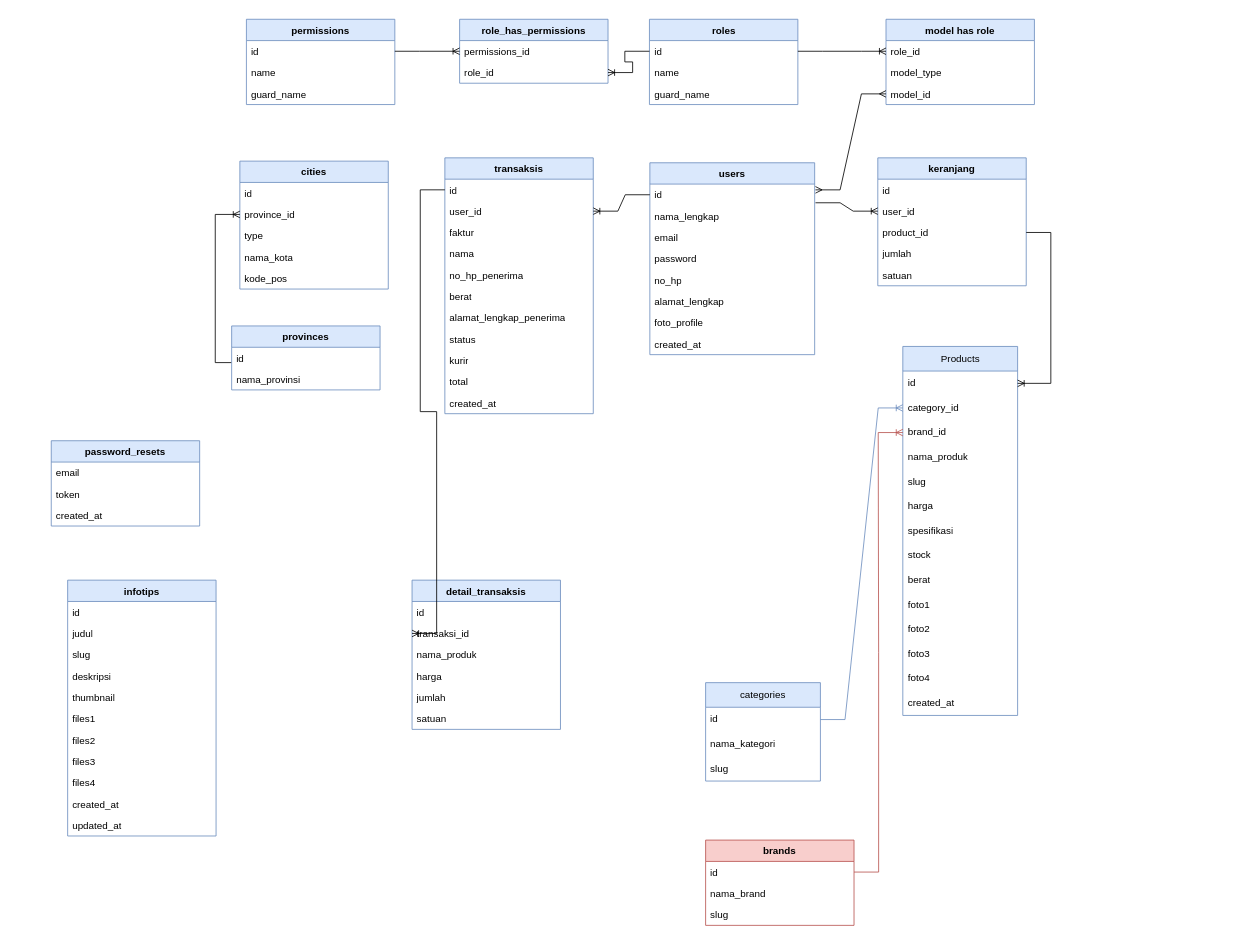
Above: page "erd" (1 of 2) of classdiagram.drawio in ThikerXCX/umltoko (draw.io), before the change. Source tidied: cells renumbered, new cells numbered last; positions are measured from the earlier drawing's top-left corner, leaving out a move shared by most shapes. Both pictures are drawn from the tidied source at 82%, with x=0, y=0 at pixel (51, 19).
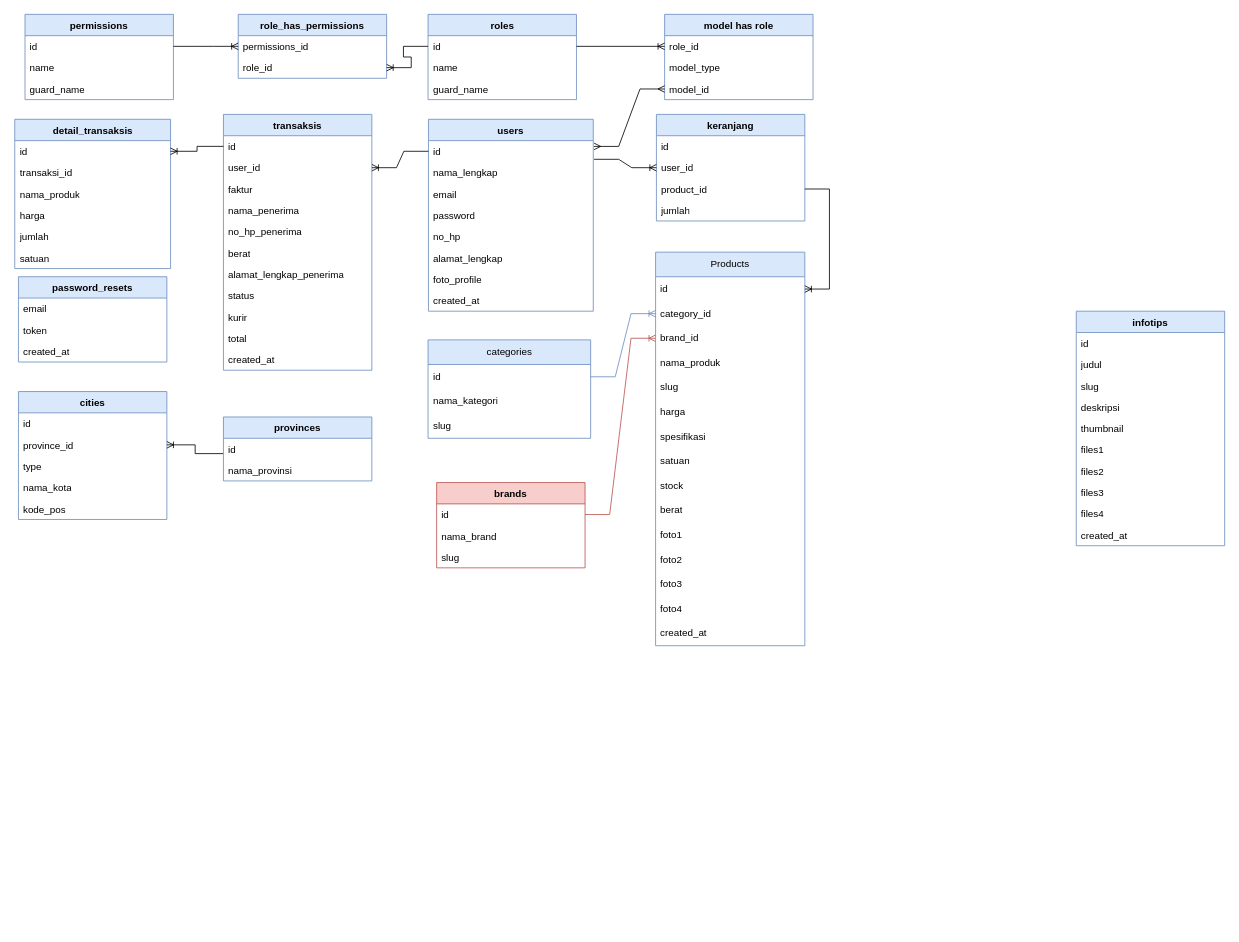
The same page after the edit.

Unchanged cells that the change refers to:
```xml
<mxCell id="27" value="id" style="text;strokeColor=none;fillColor=none;align=left;verticalAlign=top;spacingLeft=4;spacingRight=4;overflow=hidden;points=[[0,0.5],[1,0.5]];portConstraint=eastwest;whiteSpace=wrap;html=1;" parent="26" vertex="1">
  <mxGeometry y="26" width="201" height="26" as="geometry" />
</mxCell>
<mxCell id="38" value="product_id" style="text;strokeColor=none;fillColor=none;align=left;verticalAlign=top;spacingLeft=4;spacingRight=4;overflow=hidden;points=[[0,0.5],[1,0.5]];portConstraint=eastwest;whiteSpace=wrap;html=1;" parent="35" vertex="1">
  <mxGeometry y="78" width="181" height="26" as="geometry" />
</mxCell>
<mxCell id="43" value="province_id" style="text;strokeColor=none;fillColor=none;align=left;verticalAlign=top;spacingLeft=4;spacingRight=4;overflow=hidden;points=[[0,0.5],[1,0.5]];portConstraint=eastwest;whiteSpace=wrap;html=1;" parent="41" vertex="1">
  <mxGeometry y="52" width="181" height="26" as="geometry" />
</mxCell>
<mxCell id="60" value="id" style="text;strokeColor=none;fillColor=none;align=left;verticalAlign=top;spacingLeft=4;spacingRight=4;overflow=hidden;points=[[0,0.5],[1,0.5]];portConstraint=eastwest;whiteSpace=wrap;html=1;" parent="59" vertex="1">
  <mxGeometry y="26" width="181" height="26" as="geometry" />
</mxCell>
<mxCell id="61" value="user_id" style="text;strokeColor=none;fillColor=none;align=left;verticalAlign=top;spacingLeft=4;spacingRight=4;overflow=hidden;points=[[0,0.5],[1,0.5]];portConstraint=eastwest;whiteSpace=wrap;html=1;" parent="59" vertex="1">
  <mxGeometry y="52" width="181" height="26" as="geometry" />
</mxCell>
<mxCell id="79" value="id" style="text;strokeColor=none;fillColor=none;align=left;verticalAlign=top;spacingLeft=4;spacingRight=4;overflow=hidden;points=[[0,0.5],[1,0.5]];portConstraint=eastwest;whiteSpace=wrap;html=1;" parent="78" vertex="1">
  <mxGeometry y="26" width="181" height="26" as="geometry" />
</mxCell>
<mxCell id="95" value="model_id" style="text;strokeColor=none;fillColor=none;align=left;verticalAlign=top;spacingLeft=4;spacingRight=4;overflow=hidden;points=[[0,0.5],[1,0.5]];portConstraint=eastwest;whiteSpace=wrap;html=1;" parent="92" vertex="1">
  <mxGeometry y="78" width="181" height="26" as="geometry" />
</mxCell>
```

Change to the diagram source:
```diff
@@
     <mxCell id="2" value="categories" style="swimlane;fontStyle=0;horizontal=1;startSize=30;whiteSpace=wrap;html=1;fillColor=#dae8fc;strokeColor=#6c8ebf;" parent="1" vertex="1">
-      <mxGeometry x="798" y="809" width="140" height="120" as="geometry" />
+      <mxGeometry x="459.5" y="391" width="198.3" height="120" as="geometry" />
     </mxCell>
     <mxCell id="3" value="id" style="text;strokeColor=none;fillColor=none;align=left;verticalAlign=middle;spacingLeft=4;spacingRight=4;overflow=hidden;points=[[0,0.5],[1,0.5]];portConstraint=eastwest;whiteSpace=wrap;html=1;" parent="2" vertex="1">
-      <mxGeometry y="30" width="140" height="30" as="geometry" />
+      <mxGeometry y="30" width="198.3" height="30" as="geometry" />
     </mxCell>
     <mxCell id="4" value="nama_kategori" style="text;strokeColor=none;fillColor=none;align=left;verticalAlign=middle;spacingLeft=4;spacingRight=4;overflow=hidden;whiteSpace=wrap;html=1;" parent="2" vertex="1">
-      <mxGeometry y="60" width="140" height="30" as="geometry" />
+      <mxGeometry y="60" width="198.3" height="30" as="geometry" />
     </mxCell>
     <mxCell id="5" value="slug" style="text;strokeColor=none;fillColor=none;align=left;verticalAlign=middle;spacingLeft=4;spacingRight=4;overflow=hidden;whiteSpace=wrap;html=1;" parent="2" vertex="1">
-      <mxGeometry y="90" width="140" height="30" as="geometry" />
+      <mxGeometry y="90" width="198.3" height="30" as="geometry" />
     </mxCell>
     <mxCell id="6" value="Products" style="swimlane;fontStyle=0;horizontal=1;startSize=30;whiteSpace=wrap;html=1;fillColor=#dae8fc;strokeColor=#6c8ebf;" parent="1" vertex="1">
-      <mxGeometry x="1038.5" y="399" width="140" height="450" as="geometry" />
+      <mxGeometry x="737" y="284" width="182" height="480" as="geometry" />
     </mxCell>
     <mxCell id="7" value="id" style="text;strokeColor=none;fillColor=none;align=left;verticalAlign=middle;spacingLeft=4;spacingRight=4;overflow=hidden;points=[[0,0.5],[1,0.5]];portConstraint=eastwest;whiteSpace=wrap;html=1;" parent="6" vertex="1">
-      <mxGeometry y="30" width="140" height="30" as="geometry" />
+      <mxGeometry y="30" width="182" height="30" as="geometry" />
     </mxCell>
     <mxCell id="8" value="category_id" style="text;strokeColor=none;fillColor=none;align=left;verticalAlign=middle;spacingLeft=4;spacingRight=4;overflow=hidden;points=[[0,0.5],[1,0.5]];portConstraint=eastwest;whiteSpace=wrap;html=1;" parent="6" vertex="1">
-      <mxGeometry y="60" width="140" height="30" as="geometry" />
+      <mxGeometry y="60" width="182" height="30" as="geometry" />
     </mxCell>
     <mxCell id="9" value="brand_id" style="text;strokeColor=none;fillColor=none;align=left;verticalAlign=middle;spacingLeft=4;spacingRight=4;overflow=hidden;points=[[0,0.5],[1,0.5]];portConstraint=eastwest;whiteSpace=wrap;html=1;" parent="6" vertex="1">
-      <mxGeometry y="90" width="140" height="30" as="geometry" />
+      <mxGeometry y="90" width="182" height="30" as="geometry" />
     </mxCell>
     <mxCell id="10" value="nama_produk" style="text;strokeColor=none;fillColor=none;align=left;verticalAlign=middle;spacingLeft=4;spacingRight=4;overflow=hidden;whiteSpace=wrap;html=1;" parent="6" vertex="1">
-      <mxGeometry y="120" width="140" height="30" as="geometry" />
+      <mxGeometry y="120" width="182" height="30" as="geometry" />
     </mxCell>
     <mxCell id="11" value="slug" style="text;strokeColor=none;fillColor=none;align=left;verticalAlign=middle;spacingLeft=4;spacingRight=4;overflow=hidden;whiteSpace=wrap;html=1;" parent="6" vertex="1">
-      <mxGeometry y="150" width="140" height="30" as="geometry" />
+      <mxGeometry y="150" width="182" height="30" as="geometry" />
     </mxCell>
     <mxCell id="12" value="harga" style="text;strokeColor=none;fillColor=none;align=left;verticalAlign=middle;spacingLeft=4;spacingRight=4;overflow=hidden;whiteSpace=wrap;html=1;" parent="6" vertex="1">
-      <mxGeometry y="180" width="140" height="30" as="geometry" />
+      <mxGeometry y="180" width="182" height="30" as="geometry" />
     </mxCell>
     <mxCell id="13" value="spesifikasi" style="text;strokeColor=none;fillColor=none;align=left;verticalAlign=middle;spacingLeft=4;spacingRight=4;overflow=hidden;whiteSpace=wrap;html=1;" parent="6" vertex="1">
-      <mxGeometry y="210" width="140" height="30" as="geometry" />
+      <mxGeometry y="210" width="182" height="30" as="geometry" />
     </mxCell>
+    <mxCell id="40" value="satuan" style="text;strokeColor=none;fillColor=none;align=left;verticalAlign=middle;spacingLeft=4;spacingRight=4;overflow=hidden;whiteSpace=wrap;html=1;" parent="6" vertex="1">
+      <mxGeometry y="240" width="182" height="30" as="geometry" />
+    </mxCell>
     <mxCell id="14" value="stock" style="text;strokeColor=none;fillColor=none;align=left;verticalAlign=middle;spacingLeft=4;spacingRight=4;overflow=hidden;whiteSpace=wrap;html=1;" parent="6" vertex="1">
-      <mxGeometry y="240" width="140" height="30" as="geometry" />
+      <mxGeometry y="270" width="182" height="30" as="geometry" />
     </mxCell>
     <mxCell id="15" value="berat" style="text;strokeColor=none;fillColor=none;align=left;verticalAlign=middle;spacingLeft=4;spacingRight=4;overflow=hidden;whiteSpace=wrap;html=1;" parent="6" vertex="1">
-      <mxGeometry y="270" width="140" height="30" as="geometry" />
+      <mxGeometry y="300" width="182" height="30" as="geometry" />
     </mxCell>
     <mxCell id="16" value="foto1" style="text;strokeColor=none;fillColor=none;align=left;verticalAlign=middle;spacingLeft=4;spacingRight=4;overflow=hidden;whiteSpace=wrap;html=1;" parent="6" vertex="1">
-      <mxGeometry y="300" width="140" height="30" as="geometry" />
+      <mxGeometry y="330" width="182" height="30" as="geometry" />
     </mxCell>
     <mxCell id="17" value="foto2" style="text;strokeColor=none;fillColor=none;align=left;verticalAlign=middle;spacingLeft=4;spacingRight=4;overflow=hidden;whiteSpace=wrap;html=1;" parent="6" vertex="1">
-      <mxGeometry y="330" width="140" height="30" as="geometry" />
+      <mxGeometry y="360" width="182" height="30" as="geometry" />
     </mxCell>
     <mxCell id="18" value="foto3" style="text;strokeColor=none;fillColor=none;align=left;verticalAlign=middle;spacingLeft=4;spacingRight=4;overflow=hidden;whiteSpace=wrap;html=1;" parent="6" vertex="1">
-      <mxGeometry y="360" width="140" height="30" as="geometry" />
+      <mxGeometry y="390" width="182" height="30" as="geometry" />
     </mxCell>
     <mxCell id="19" value="foto4" style="text;strokeColor=none;fillColor=none;align=left;verticalAlign=middle;spacingLeft=4;spacingRight=4;overflow=hidden;whiteSpace=wrap;html=1;" parent="6" vertex="1">
-      <mxGeometry y="390" width="140" height="30" as="geometry" />
+      <mxGeometry y="420" width="182" height="30" as="geometry" />
     </mxCell>
     <mxCell id="20" value="created_at" style="text;strokeColor=none;fillColor=none;align=left;verticalAlign=middle;spacingLeft=4;spacingRight=4;overflow=hidden;whiteSpace=wrap;html=1;" parent="6" vertex="1">
-      <mxGeometry y="420" width="140" height="30" as="geometry" />
+      <mxGeometry y="450" width="182" height="30" as="geometry" />
     </mxCell>
@@
     <mxCell id="22" value="brands" style="swimlane;fontStyle=1;align=center;verticalAlign=top;horizontal=1;startSize=26;whiteSpace=wrap;html=1;fillColor=#f8cecc;strokeColor=#b85450;" parent="1" vertex="1">
-      <mxGeometry x="798" y="1001" width="181" height="104" as="geometry" />
+      <mxGeometry x="470" y="565" width="181" height="104" as="geometry" />
     </mxCell>
@@
     <mxCell id="26" value="users" style="swimlane;fontStyle=1;align=center;verticalAlign=top;horizontal=1;startSize=26;whiteSpace=wrap;html=1;fillColor=#dae8fc;strokeColor=#6c8ebf;" parent="1" vertex="1">
-      <mxGeometry x="730" y="175" width="201" height="234" as="geometry" />
+      <mxGeometry x="460" y="122" width="201" height="234" as="geometry" />
     </mxCell>
@@
     <mxCell id="35" value="keranjang" style="swimlane;fontStyle=1;align=center;verticalAlign=top;horizontal=1;startSize=26;whiteSpace=wrap;html=1;fillColor=#dae8fc;strokeColor=#6c8ebf;" parent="1" vertex="1">
-      <mxGeometry x="1008" y="169" width="181" height="156" as="geometry" />
+      <mxGeometry x="738" y="116" width="181" height="130" as="geometry" />
     </mxCell>
@@
-    <mxCell id="40" value="satuan" style="text;strokeColor=none;fillColor=none;align=left;verticalAlign=top;spacingLeft=4;spacingRight=4;overflow=hidden;whiteSpace=wrap;html=1;" parent="35" vertex="1">
-      <mxGeometry y="130" width="181" height="26" as="geometry" />
-    </mxCell>
     <mxCell id="41" value="cities" style="swimlane;fontStyle=1;align=center;verticalAlign=top;horizontal=1;startSize=26;whiteSpace=wrap;html=1;fillColor=#dae8fc;strokeColor=#6c8ebf;" parent="1" vertex="1">
-      <mxGeometry x="230" y="173" width="181" height="156" as="geometry" />
+      <mxGeometry x="-40" y="454" width="181" height="156" as="geometry" />
     </mxCell>
@@
     <mxCell id="47" value="infotips" style="swimlane;fontStyle=1;align=center;verticalAlign=top;horizontal=1;startSize=26;whiteSpace=wrap;html=1;fillColor=#dae8fc;strokeColor=#6c8ebf;" parent="1" vertex="1">
-      <mxGeometry x="20" y="684" width="181" height="312" as="geometry" />
+      <mxGeometry x="1250" y="356" width="181" height="286" as="geometry" />
     </mxCell>
@@
-    <mxCell id="58" value="updated_at" style="text;strokeColor=none;fillColor=none;align=left;verticalAlign=top;spacingLeft=4;spacingRight=4;overflow=hidden;whiteSpace=wrap;html=1;" parent="47" vertex="1">
-      <mxGeometry y="286" width="181" height="26" as="geometry" />
-    </mxCell>
     <mxCell id="59" value="transaksis" style="swimlane;fontStyle=1;align=center;verticalAlign=top;horizontal=1;startSize=26;whiteSpace=wrap;html=1;fillColor=#dae8fc;strokeColor=#6c8ebf;" parent="1" vertex="1">
-      <mxGeometry x="480" y="169" width="181" height="312" as="geometry" />
+      <mxGeometry x="210" y="116" width="181" height="312" as="geometry" />
     </mxCell>
@@
-    <mxCell id="63" value="nama" style="text;strokeColor=none;fillColor=none;align=left;verticalAlign=top;spacingLeft=4;spacingRight=4;overflow=hidden;whiteSpace=wrap;html=1;" parent="59" vertex="1">
+    <mxCell id="63" value="nama_penerima" style="text;strokeColor=none;fillColor=none;align=left;verticalAlign=top;spacingLeft=4;spacingRight=4;overflow=hidden;whiteSpace=wrap;html=1;" parent="59" vertex="1">
       <mxGeometry y="104" width="181" height="26" as="geometry" />
     </mxCell>
@@
     <mxCell id="71" value="detail_transaksis" style="swimlane;fontStyle=1;align=center;verticalAlign=top;horizontal=1;startSize=26;whiteSpace=wrap;html=1;fillColor=#dae8fc;strokeColor=#6c8ebf;" parent="1" vertex="1">
-      <mxGeometry x="440" y="684" width="181" height="182" as="geometry" />
+      <mxGeometry x="-44.5" y="122" width="190" height="182" as="geometry" />
     </mxCell>
     <mxCell id="72" value="id" style="text;strokeColor=none;fillColor=none;align=left;verticalAlign=top;spacingLeft=4;spacingRight=4;overflow=hidden;points=[[0,0.5],[1,0.5]];portConstraint=eastwest;whiteSpace=wrap;html=1;" parent="71" vertex="1">
-      <mxGeometry y="26" width="181" height="26" as="geometry" />
+      <mxGeometry y="26" width="190" height="26" as="geometry" />
     </mxCell>
     <mxCell id="73" value="transaksi_id" style="text;strokeColor=none;fillColor=none;align=left;verticalAlign=top;spacingLeft=4;spacingRight=4;overflow=hidden;points=[[0,0.5],[1,0.5]];portConstraint=eastwest;whiteSpace=wrap;html=1;" parent="71" vertex="1">
-      <mxGeometry y="52" width="181" height="26" as="geometry" />
+      <mxGeometry y="52" width="190" height="26" as="geometry" />
     </mxCell>
     <mxCell id="74" value="nama_produk" style="text;strokeColor=none;fillColor=none;align=left;verticalAlign=top;spacingLeft=4;spacingRight=4;overflow=hidden;whiteSpace=wrap;html=1;" parent="71" vertex="1">
-      <mxGeometry y="78" width="181" height="26" as="geometry" />
+      <mxGeometry y="78" width="190" height="26" as="geometry" />
     </mxCell>
     <mxCell id="75" value="harga" style="text;strokeColor=none;fillColor=none;align=left;verticalAlign=top;spacingLeft=4;spacingRight=4;overflow=hidden;whiteSpace=wrap;html=1;" parent="71" vertex="1">
-      <mxGeometry y="104" width="181" height="26" as="geometry" />
+      <mxGeometry y="104" width="190" height="26" as="geometry" />
     </mxCell>
     <mxCell id="76" value="jumlah" style="text;strokeColor=none;fillColor=none;align=left;verticalAlign=top;spacingLeft=4;spacingRight=4;overflow=hidden;whiteSpace=wrap;html=1;" parent="71" vertex="1">
-      <mxGeometry y="130" width="181" height="26" as="geometry" />
+      <mxGeometry y="130" width="190" height="26" as="geometry" />
     </mxCell>
     <mxCell id="77" value="satuan" style="text;strokeColor=none;fillColor=none;align=left;verticalAlign=top;spacingLeft=4;spacingRight=4;overflow=hidden;whiteSpace=wrap;html=1;" parent="71" vertex="1">
-      <mxGeometry y="156" width="181" height="26" as="geometry" />
+      <mxGeometry y="156" width="190" height="26" as="geometry" />
     </mxCell>
     <mxCell id="78" value="provinces" style="swimlane;fontStyle=1;align=center;verticalAlign=top;horizontal=1;startSize=26;whiteSpace=wrap;html=1;fillColor=#dae8fc;strokeColor=#6c8ebf;" parent="1" vertex="1">
-      <mxGeometry x="220" y="374" width="181" height="78" as="geometry" />
+      <mxGeometry x="210" y="485" width="181" height="78" as="geometry" />
     </mxCell>
@@
     <mxCell id="81" value="permissions" style="swimlane;fontStyle=1;align=center;verticalAlign=top;horizontal=1;startSize=26;whiteSpace=wrap;html=1;fillColor=#dae8fc;strokeColor=#6c8ebf;" parent="1" vertex="1">
-      <mxGeometry x="238" width="181" height="104" as="geometry" />
+      <mxGeometry x="-32" y="-6" width="181" height="104" as="geometry" />
     </mxCell>
@@
     <mxCell id="85" value="role_has_permissions" style="swimlane;fontStyle=1;align=center;verticalAlign=top;horizontal=1;startSize=26;whiteSpace=wrap;html=1;fillColor=#dae8fc;strokeColor=#6c8ebf;" parent="1" vertex="1">
-      <mxGeometry x="498" width="181" height="78" as="geometry" />
+      <mxGeometry x="228" y="-6" width="181" height="78" as="geometry" />
     </mxCell>
@@
     <mxCell id="88" value="roles" style="swimlane;fontStyle=1;align=center;verticalAlign=top;horizontal=1;startSize=26;whiteSpace=wrap;html=1;fillColor=#dae8fc;strokeColor=#6c8ebf;" parent="1" vertex="1">
-      <mxGeometry x="729.5" width="181" height="104" as="geometry" />
+      <mxGeometry x="459.5" y="-6" width="181" height="104" as="geometry" />
     </mxCell>
@@
     <mxCell id="92" value="model has role" style="swimlane;fontStyle=1;align=center;verticalAlign=top;horizontal=1;startSize=26;whiteSpace=wrap;html=1;fillColor=#dae8fc;strokeColor=#6c8ebf;" parent="1" vertex="1">
-      <mxGeometry x="1018" width="181" height="104" as="geometry" />
+      <mxGeometry x="748" y="-6" width="181" height="104" as="geometry" />
     </mxCell>
@@
     <mxCell id="96" value="password_resets" style="swimlane;fontStyle=1;align=center;verticalAlign=top;horizontal=1;startSize=26;whiteSpace=wrap;html=1;fillColor=#dae8fc;strokeColor=#6c8ebf;" parent="1" vertex="1">
-      <mxGeometry y="514" width="181" height="104" as="geometry" />
+      <mxGeometry x="-40" y="314" width="181" height="104" as="geometry" />
     </mxCell>
@@
     <mxCell id="101" style="edgeStyle=entityRelationEdgeStyle;fontSize=12;html=1;endArrow=ERoneToMany;rounded=0;" parent="1" edge="1" source="27" target="61">
       <mxGeometry relative="1" as="geometry">
         <Array as="points">
-          <mxPoint x="558" y="539" />
+          <mxPoint x="288" y="486" />
         </Array>
       </mxGeometry>
     </mxCell>
-    <mxCell id="102" style="edgeStyle=entityRelationEdgeStyle;fontSize=12;html=1;endArrow=ERoneToMany;rounded=0;exitX=0;exitY=0.5;exitDx=0;exitDy=0;entryX=0;entryY=0.5;entryDx=0;entryDy=0;" parent="1" edge="1" source="60" target="73">
-      <mxGeometry relative="1" as="geometry">
-        <Array as="points">
-          <mxPoint x="400" y="494" />
-          <mxPoint x="440" y="624" />
-        </Array>
-      </mxGeometry>
-    </mxCell>
@@
     <mxCell id="107" style="edgeStyle=entityRelationEdgeStyle;fontSize=12;html=1;endArrow=ERmany;startArrow=ERmany;rounded=0;exitX=1.005;exitY=0.271;exitDx=0;exitDy=0;exitPerimeter=0;" parent="1" edge="1" source="27" target="95">
       <mxGeometry relative="1" as="geometry">
         <Array as="points">
-          <mxPoint x="714" y="129" />
-          <mxPoint x="714" y="129" />
-          <mxPoint x="724" y="129" />
+          <mxPoint x="444" y="123" />
+          <mxPoint x="444" y="123" />
+          <mxPoint x="454" y="123" />
         </Array>
       </mxGeometry>
     </mxCell>
     <mxCell id="108" style="edgeStyle=entityRelationEdgeStyle;fontSize=12;html=1;endArrow=ERoneToMany;rounded=0;" parent="1" edge="1" source="38" target="7">
       <mxGeometry relative="1" as="geometry">
         <Array as="points">
-          <mxPoint x="945" y="580" />
+          <mxPoint x="675" y="527" />
         </Array>
       </mxGeometry>
     </mxCell>
-    <mxCell id="109" style="edgeStyle=orthogonalEdgeStyle;rounded=0;jettySize=auto;html=1;exitX=0;exitY=0.5;exitDx=0;exitDy=0;entryX=-0.003;entryY=0.719;entryDx=0;entryDy=0;entryPerimeter=0;startArrow=ERoneToMany;startFill=0;endArrow=none;endFill=0;" parent="1" edge="1" source="43" target="79">
+    <mxCell id="109" style="edgeStyle=orthogonalEdgeStyle;rounded=0;jettySize=auto;html=1;entryX=-0.003;entryY=0.719;entryDx=0;entryDy=0;entryPerimeter=0;startArrow=ERoneToMany;startFill=0;endArrow=none;endFill=0;" parent="1" edge="1" source="43" target="79">
       <mxGeometry relative="1" as="geometry" />
     </mxCell>
+    <mxCell id="110" style="edgeStyle=orthogonalEdgeStyle;rounded=0;jettySize=auto;html=1;endArrow=ERoneToMany;endFill=0;" parent="1" edge="1" source="60" target="72">
+      <mxGeometry relative="1" as="geometry" />
+    </mxCell>
```
